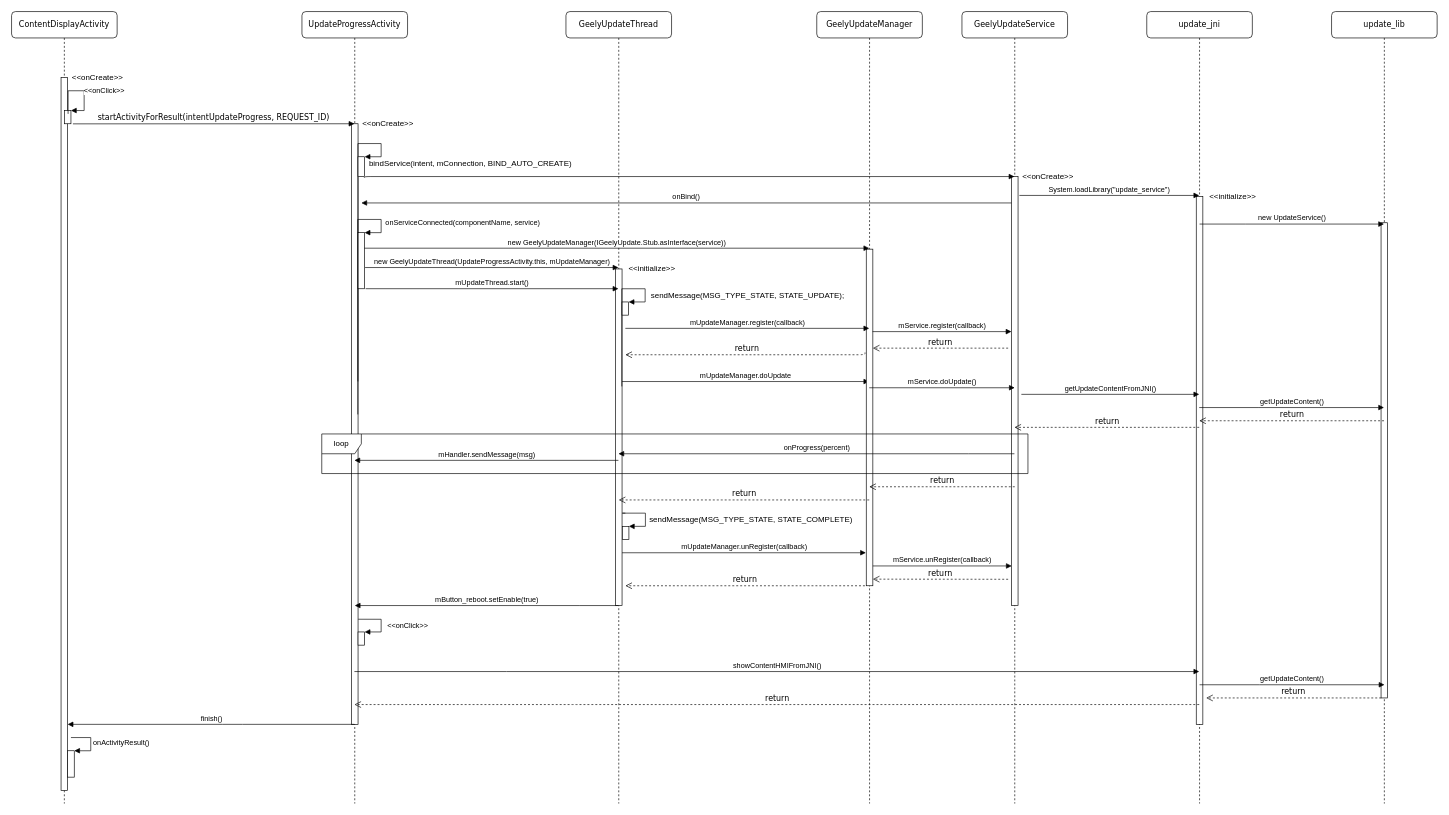
thanh12-dtu-test/thanh8.nguyen-lgepartner.com keeps this draw.io diagram as Sequence Diagram.drawio. Above is the earlier version. Source tidied: cells renumbered, new cells numbered last; positions are measured from the earlier drawing's top-left corner, leaving out a move shared by most shapes. Both pictures are drawn from the tidied source at 66%, with x=0, y=0 at pixel (11, 11).
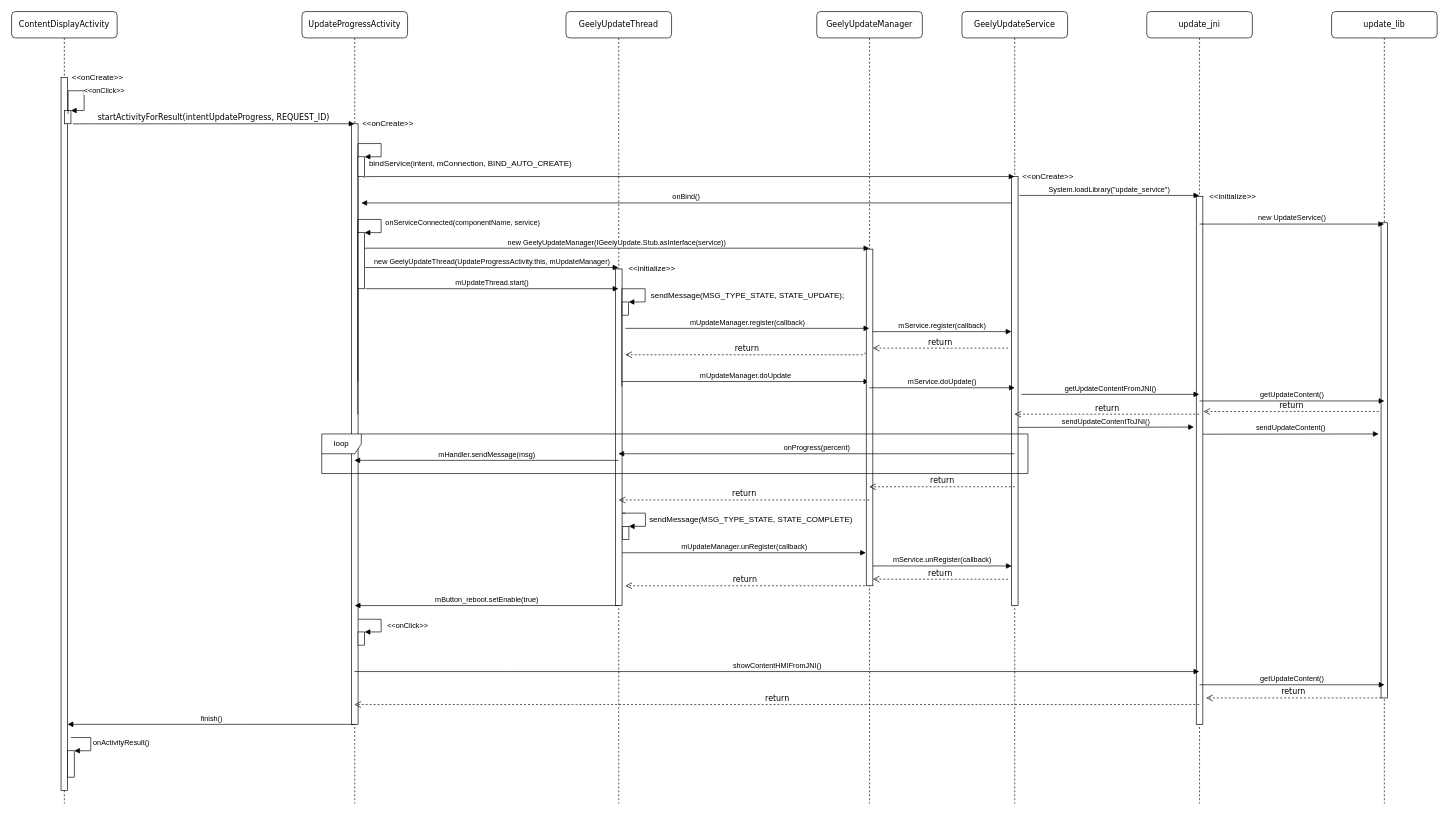
After the change.

Commit message:
Update Sequence Diagram

Unchanged cells that the change refers to:
```xml
<mxCell id="11" value="GeelyUpdateService" style="shape=umlLifeline;perimeter=lifelinePerimeter;whiteSpace=wrap;html=1;outlineConnect=0;rounded=1;shadow=0;comic=0;labelBackgroundColor=none;strokeWidth=1;fontFamily=Verdana;fontSize=12;align=center;" parent="1" vertex="1">
  <mxGeometry x="1440" width="160" height="1200" as="geometry" />
</mxCell>
<mxCell id="14" value="update_jni" style="shape=umlLifeline;perimeter=lifelinePerimeter;whiteSpace=wrap;html=1;outlineConnect=0;rounded=1;shadow=0;comic=0;labelBackgroundColor=none;strokeWidth=1;fontFamily=Verdana;fontSize=12;align=center;" parent="1" vertex="1">
  <mxGeometry x="1720" width="160" height="1200" as="geometry" />
</mxCell>
<mxCell id="15" style="html=1;points=[];perimeter=orthogonalPerimeter;" parent="14" vertex="1">
  <mxGeometry x="75" y="280" width="10" height="800" as="geometry" />
</mxCell>
<mxCell id="18" value="update_lib" style="shape=umlLifeline;perimeter=lifelinePerimeter;whiteSpace=wrap;html=1;outlineConnect=0;rounded=1;shadow=0;comic=0;labelBackgroundColor=none;strokeWidth=1;fontFamily=Verdana;fontSize=12;align=center;" parent="1" vertex="1">
  <mxGeometry x="2000" width="160" height="1200" as="geometry" />
</mxCell>
<mxCell id="19" style="html=1;points=[];perimeter=orthogonalPerimeter;" parent="18" vertex="1">
  <mxGeometry x="75" y="320" width="10" height="720" as="geometry" />
</mxCell>
```

Change to the diagram source:
```diff
@@
+    <mxCell id="73" value="sendUpdateContentToJNI()" style="html=1;verticalAlign=bottom;endArrow=block;rounded=0;entryX=-0.356;entryY=0.437;entryDx=0;entryDy=0;entryPerimeter=0;" parent="11" edge="1" target="15">
+      <mxGeometry relative="1" as="geometry">
+        <mxPoint x="85" y="630" as="sourcePoint" />
+      </mxGeometry>
+    </mxCell>
@@
+    <mxCell id="74" value="sendUpdateContent()" style="html=1;verticalAlign=bottom;endArrow=block;rounded=0;entryX=-0.356;entryY=0.437;entryDx=0;entryDy=0;entryPerimeter=0;" parent="18" edge="1">
+      <mxGeometry relative="1" as="geometry">
+        <mxPoint x="-195" y="640.4" as="sourcePoint" />
+        <mxPoint x="71.4" y="640" as="targetPoint" />
+      </mxGeometry>
+    </mxCell>
@@
-    <mxCell id="55" value="getUpdateContent()" style="html=1;verticalAlign=bottom;endArrow=block;rounded=0;" parent="1" edge="1" source="14" target="18">
+    <mxCell id="55" value="getUpdateContent()" style="html=1;verticalAlign=bottom;endArrow=block;rounded=0;" parent="1" edge="1">
       <mxGeometry relative="1" as="geometry">
-        <Array as="points">
-          <mxPoint x="1890" y="600" />
-        </Array>
+        <mxPoint x="1800" y="590" as="sourcePoint" />
+        <mxPoint x="2080" y="590" as="targetPoint" />
       </mxGeometry>
     </mxCell>
-    <mxCell id="56" value="return" style="html=1;verticalAlign=bottom;endArrow=open;dashed=1;endSize=8;labelBackgroundColor=none;fontFamily=Verdana;fontSize=12;edgeStyle=elbowEdgeStyle;elbow=vertical;" parent="1" edge="1" source="18" target="14">
-      <mxGeometry relative="1" as="geometry">
-        <Array as="points">
-          <mxPoint x="1960" y="620" />
-        </Array>
-      </mxGeometry>
+    <mxCell id="56" value="return" style="html=1;verticalAlign=bottom;endArrow=open;dashed=1;endSize=8;labelBackgroundColor=none;fontFamily=Verdana;fontSize=12;edgeStyle=elbowEdgeStyle;elbow=vertical;exitX=-0.356;exitY=0.397;exitDx=0;exitDy=0;exitPerimeter=0;entryX=1.089;entryY=0.408;entryDx=0;entryDy=0;entryPerimeter=0;" parent="1" edge="1" source="19" target="15">
+      <mxGeometry relative="1" as="geometry" />
     </mxCell>
     <mxCell id="57" value="return" style="html=1;verticalAlign=bottom;endArrow=open;dashed=1;endSize=8;labelBackgroundColor=none;fontFamily=Verdana;fontSize=12;edgeStyle=elbowEdgeStyle;elbow=vertical;" parent="1" edge="1" source="14" target="11">
       <mxGeometry relative="1" as="geometry">
         <Array as="points">
+          <mxPoint x="1680" y="610" />
           <mxPoint x="1640" y="630" />
         </Array>
       </mxGeometry>
     </mxCell>
```
